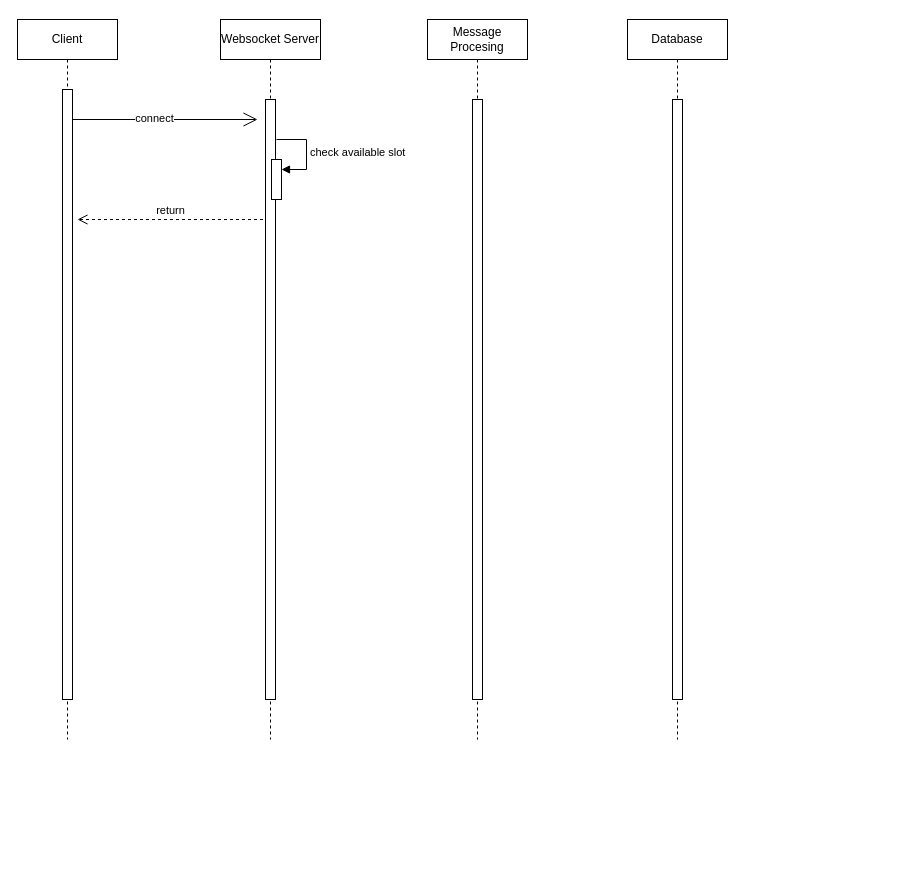
Above: Untitled Diagram.drawio in htran170642/100days (draw.io), before the change. Source tidied: cells renumbered, new cells numbered last; positions are measured from the earlier drawing's top-left corner, leaving out a move shared by most shapes. Both pictures are drawn from the tidied source at 100%, with x=0, y=0 at pixel (17, 19).
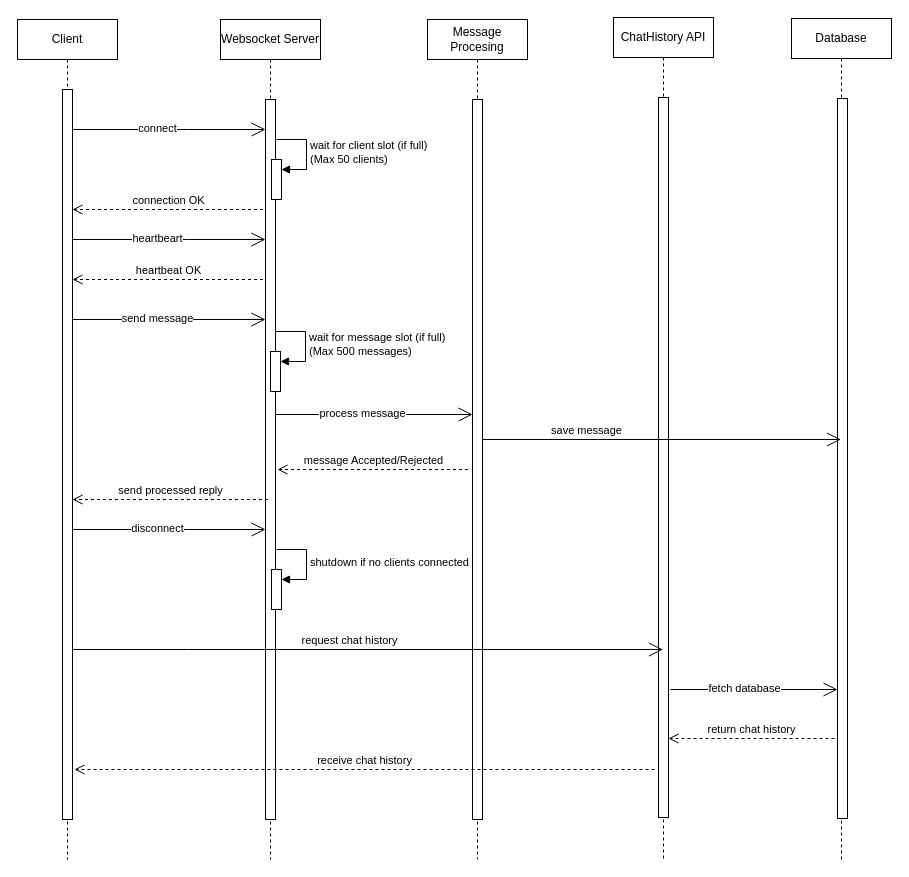
Above is the later version.

Unchanged cells that the change refers to:
```xml
<mxCell id="6" style="html=1;points=[[0,0,0,0,5],[0,1,0,0,-5],[1,0,0,0,5],[1,1,0,0,-5]];perimeter=orthogonalPerimeter;outlineConnect=0;targetShapes=umlLifeline;portConstraint=eastwest;newEdgeStyle={&quot;curved&quot;:0,&quot;rounded&quot;:0};" parent="4" vertex="1">
  <mxGeometry x="51" y="140" width="10" height="40" as="geometry" />
</mxCell>
```

Diff of the diagram source:
```diff
@@
+    <mxCell id="15" value="ChatHistory API" style="shape=umlLifeline;perimeter=lifelinePerimeter;whiteSpace=wrap;html=1;outlineConnect=0;portConstraint=eastwest;newEdgeStyle={&quot;edgeStyle&quot;:&quot;elbowEdgeStyle&quot;,&quot;elbow&quot;:&quot;vertical&quot;,&quot;curved&quot;:0,&quot;rounded&quot;:0};" parent="1" vertex="1">
+      <mxGeometry x="596" y="-2" width="100" height="842" as="geometry" />
+    </mxCell>
+    <mxCell id="16" style="html=1;points=[];perimeter=orthogonalPerimeter;outlineConnect=0;targetShapes=umlLifeline;portConstraint=eastwest;newEdgeStyle={&quot;edgeStyle&quot;:&quot;elbowEdgeStyle&quot;,&quot;elbow&quot;:&quot;vertical&quot;,&quot;curved&quot;:0,&quot;rounded&quot;:0};" parent="15" vertex="1">
+      <mxGeometry x="45" y="80" width="10" height="720" as="geometry" />
+    </mxCell>
     <mxCell id="2" value="Client" style="shape=umlLifeline;perimeter=lifelinePerimeter;whiteSpace=wrap;html=1;newEdgeStyle={&quot;edgeStyle&quot;:&quot;elbowEdgeStyle&quot;,&quot;elbow&quot;:&quot;vertical&quot;,&quot;curved&quot;:0,&quot;rounded&quot;:0};" parent="1" vertex="1">
-      <mxGeometry width="100" height="720" as="geometry" />
+      <mxGeometry width="100" height="840" as="geometry" />
     </mxCell>
     <mxCell id="3" style="html=1;points=[];perimeter=orthogonalPerimeter;outlineConnect=0;targetShapes=umlLifeline;portConstraint=eastwest;newEdgeStyle={&quot;edgeStyle&quot;:&quot;elbowEdgeStyle&quot;,&quot;elbow&quot;:&quot;vertical&quot;,&quot;curved&quot;:0,&quot;rounded&quot;:0};" parent="2" vertex="1">
-      <mxGeometry x="45" y="70" width="10" height="610" as="geometry" />
+      <mxGeometry x="45" y="70" width="10" height="730" as="geometry" />
     </mxCell>
     <mxCell id="4" value="Websocket Server" style="shape=umlLifeline;perimeter=lifelinePerimeter;whiteSpace=wrap;html=1;newEdgeStyle={&quot;edgeStyle&quot;:&quot;elbowEdgeStyle&quot;,&quot;elbow&quot;:&quot;vertical&quot;,&quot;curved&quot;:0,&quot;rounded&quot;:0};" parent="1" vertex="1">
-      <mxGeometry x="203" width="100" height="720" as="geometry" />
+      <mxGeometry x="203" width="100" height="840" as="geometry" />
     </mxCell>
     <mxCell id="5" style="html=1;points=[];perimeter=orthogonalPerimeter;outlineConnect=0;targetShapes=umlLifeline;portConstraint=eastwest;newEdgeStyle={&quot;edgeStyle&quot;:&quot;elbowEdgeStyle&quot;,&quot;elbow&quot;:&quot;vertical&quot;,&quot;curved&quot;:0,&quot;rounded&quot;:0};" parent="4" vertex="1">
-      <mxGeometry x="45" y="80" width="10" height="600" as="geometry" />
+      <mxGeometry x="45" y="80" width="10" height="720" as="geometry" />
     </mxCell>
@@
-    <mxCell id="7" value="check available slot" style="html=1;align=left;spacingLeft=2;endArrow=block;rounded=0;edgeStyle=orthogonalEdgeStyle;curved=0;rounded=0;" parent="4" edge="1" target="6">
+    <mxCell id="7" value="wait for client slot (if full)&lt;div&gt;(Max 50 clients)&lt;/div&gt;" style="html=1;align=left;spacingLeft=2;endArrow=block;rounded=0;edgeStyle=orthogonalEdgeStyle;curved=0;rounded=0;" parent="4" edge="1" target="6">
       <mxGeometry relative="1" as="geometry">
         <mxPoint x="56" y="120" as="sourcePoint" />
         <Array as="points">
           <mxPoint x="86" y="150" />
         </Array>
       </mxGeometry>
     </mxCell>
+    <mxCell id="17" style="html=1;points=[[0,0,0,0,5],[0,1,0,0,-5],[1,0,0,0,5],[1,1,0,0,-5]];perimeter=orthogonalPerimeter;outlineConnect=0;targetShapes=umlLifeline;portConstraint=eastwest;newEdgeStyle={&quot;curved&quot;:0,&quot;rounded&quot;:0};" parent="4" vertex="1">
+      <mxGeometry x="50" y="332" width="10" height="40" as="geometry" />
+    </mxCell>
+    <mxCell id="18" value="wait for message slot (if full)&lt;div&gt;(Max 500 messages)&lt;/div&gt;" style="html=1;align=left;spacingLeft=2;endArrow=block;rounded=0;edgeStyle=orthogonalEdgeStyle;curved=0;rounded=0;" parent="4" edge="1" target="17">
+      <mxGeometry relative="1" as="geometry">
+        <mxPoint x="55" y="312" as="sourcePoint" />
+        <Array as="points">
+          <mxPoint x="85" y="342" />
+        </Array>
+      </mxGeometry>
+    </mxCell>
+    <mxCell id="19" style="html=1;points=[[0,0,0,0,5],[0,1,0,0,-5],[1,0,0,0,5],[1,1,0,0,-5]];perimeter=orthogonalPerimeter;outlineConnect=0;targetShapes=umlLifeline;portConstraint=eastwest;newEdgeStyle={&quot;curved&quot;:0,&quot;rounded&quot;:0};" parent="4" vertex="1">
+      <mxGeometry x="51" y="550" width="10" height="40" as="geometry" />
+    </mxCell>
+    <mxCell id="20" value="shutdown if no clients connected" style="html=1;align=left;spacingLeft=2;endArrow=block;rounded=0;edgeStyle=orthogonalEdgeStyle;curved=0;rounded=0;" parent="4" edge="1" target="19">
+      <mxGeometry relative="1" as="geometry">
+        <mxPoint x="56" y="530" as="sourcePoint" />
+        <Array as="points">
+          <mxPoint x="86" y="560" />
+        </Array>
+      </mxGeometry>
+    </mxCell>
     <mxCell id="8" value="Message Procesing" style="shape=umlLifeline;perimeter=lifelinePerimeter;whiteSpace=wrap;html=1;newEdgeStyle={&quot;edgeStyle&quot;:&quot;elbowEdgeStyle&quot;,&quot;elbow&quot;:&quot;vertical&quot;,&quot;curved&quot;:0,&quot;rounded&quot;:0};" parent="1" vertex="1">
-      <mxGeometry x="410" width="100" height="720" as="geometry" />
+      <mxGeometry x="410" width="100" height="840" as="geometry" />
     </mxCell>
     <mxCell id="9" style="html=1;points=[];perimeter=orthogonalPerimeter;outlineConnect=0;targetShapes=umlLifeline;portConstraint=eastwest;newEdgeStyle={&quot;edgeStyle&quot;:&quot;elbowEdgeStyle&quot;,&quot;elbow&quot;:&quot;vertical&quot;,&quot;curved&quot;:0,&quot;rounded&quot;:0};" parent="8" vertex="1">
-      <mxGeometry x="45" y="80" width="10" height="600" as="geometry" />
+      <mxGeometry x="45" y="80" width="10" height="720" as="geometry" />
     </mxCell>
     <mxCell id="10" value="Database" style="shape=umlLifeline;perimeter=lifelinePerimeter;whiteSpace=wrap;html=1;outlineConnect=0;portConstraint=eastwest;newEdgeStyle={&quot;edgeStyle&quot;:&quot;elbowEdgeStyle&quot;,&quot;elbow&quot;:&quot;vertical&quot;,&quot;curved&quot;:0,&quot;rounded&quot;:0};" parent="1" vertex="1">
-      <mxGeometry x="610" width="100" height="720" as="geometry" />
+      <mxGeometry x="774" y="-1" width="100" height="841" as="geometry" />
     </mxCell>
     <mxCell id="11" style="html=1;perimeter=orthogonalPerimeter;targetShapes=umlLifeline;newEdgeStyle={&quot;edgeStyle&quot;:&quot;elbowEdgeStyle&quot;,&quot;elbow&quot;:&quot;vertical&quot;,&quot;curved&quot;:0,&quot;rounded&quot;:0};" parent="10" vertex="1">
-      <mxGeometry x="45" y="80" width="10" height="600" as="geometry" />
+      <mxGeometry x="46" y="80" width="10" height="720" as="geometry" />
     </mxCell>
-    <mxCell id="12" style="endArrow=open;endFill=1;endSize=12;html=1;rounded=0;" parent="1" edge="1" source="3">
+    <mxCell id="12" style="endArrow=open;endFill=1;endSize=12;html=1;rounded=0;" parent="1" edge="1" source="3" target="5">
       <mxGeometry relative="1" as="geometry">
-        <mxPoint x="240" y="100" as="targetPoint" />
+        <Array as="points">
+          <mxPoint x="170" y="110" />
+        </Array>
       </mxGeometry>
     </mxCell>
@@
-    <mxCell id="14" value="return" style="html=1;verticalAlign=bottom;endArrow=open;dashed=1;endSize=8;curved=0;rounded=0;" parent="1" edge="1">
+    <mxCell id="14" value="connection OK" style="html=1;verticalAlign=bottom;endArrow=open;dashed=1;endSize=8;curved=0;rounded=0;" parent="1" edge="1" target="3">
       <mxGeometry relative="1" as="geometry">
-        <mxPoint x="245.5" y="200" as="sourcePoint" />
-        <mxPoint x="60" y="200" as="targetPoint" />
+        <mxPoint x="245.5" y="190" as="sourcePoint" />
       </mxGeometry>
     </mxCell>
+    <mxCell id="21" style="endArrow=open;endFill=1;endSize=12;html=1;rounded=0;" parent="1" edge="1">
+      <mxGeometry relative="1" as="geometry">
+        <mxPoint x="55" y="220" as="sourcePoint" />
+        <mxPoint x="248" y="220" as="targetPoint" />
+        <Array as="points">
+          <mxPoint x="170" y="220" />
+        </Array>
+      </mxGeometry>
+    </mxCell>
+    <mxCell id="22" value="heartbeart" style="edgeLabel;html=1;align=center;verticalAlign=middle;" parent="21" vertex="1">
+      <mxGeometry x="-0.14" y="2" relative="1" as="geometry">
+        <mxPoint x="1" as="offset" />
+      </mxGeometry>
+    </mxCell>
+    <mxCell id="23" value="heartbeat OK" style="html=1;verticalAlign=bottom;endArrow=open;dashed=1;endSize=8;curved=0;rounded=0;" parent="1" edge="1">
+      <mxGeometry relative="1" as="geometry">
+        <mxPoint x="245.5" y="260" as="sourcePoint" />
+        <mxPoint x="55" y="260" as="targetPoint" />
+      </mxGeometry>
+    </mxCell>
+    <mxCell id="24" style="endArrow=open;endFill=1;endSize=12;html=1;rounded=0;" parent="1" edge="1">
+      <mxGeometry relative="1" as="geometry">
+        <mxPoint x="55" y="300" as="sourcePoint" />
+        <mxPoint x="248" y="300" as="targetPoint" />
+        <Array as="points">
+          <mxPoint x="170" y="300" />
+        </Array>
+      </mxGeometry>
+    </mxCell>
+    <mxCell id="25" value="send message" style="edgeLabel;html=1;align=center;verticalAlign=middle;" parent="24" vertex="1">
+      <mxGeometry x="-0.14" y="2" relative="1" as="geometry">
+        <mxPoint x="1" as="offset" />
+      </mxGeometry>
+    </mxCell>
+    <mxCell id="26" style="endArrow=open;endFill=1;endSize=12;html=1;rounded=0;" parent="1" edge="1" target="9">
+      <mxGeometry relative="1" as="geometry">
+        <mxPoint x="258" y="395" as="sourcePoint" />
+        <Array as="points">
+          <mxPoint x="373" y="395" />
+        </Array>
+      </mxGeometry>
+    </mxCell>
+    <mxCell id="27" value="process message" style="edgeLabel;html=1;align=center;verticalAlign=middle;" parent="26" vertex="1">
+      <mxGeometry x="-0.14" y="2" relative="1" as="geometry">
+        <mxPoint x="1" as="offset" />
+      </mxGeometry>
+    </mxCell>
+    <mxCell id="28" value="message Accepted/Rejected" style="html=1;verticalAlign=bottom;endArrow=open;dashed=1;endSize=8;curved=0;rounded=0;" parent="1" edge="1">
+      <mxGeometry relative="1" as="geometry">
+        <mxPoint x="450.5" y="450" as="sourcePoint" />
+        <mxPoint x="260" y="450" as="targetPoint" />
+      </mxGeometry>
+    </mxCell>
+    <mxCell id="29" style="endArrow=open;endFill=1;endSize=12;html=1;rounded=0;" parent="1" edge="1" target="10">
+      <mxGeometry relative="1" as="geometry">
+        <mxPoint x="465" y="420" as="sourcePoint" />
+        <Array as="points">
+          <mxPoint x="580" y="420" />
+        </Array>
+      </mxGeometry>
+    </mxCell>
+    <mxCell id="30" value="save message" style="edgeLabel;html=1;align=center;verticalAlign=middle;" parent="29" vertex="1">
+      <mxGeometry x="-0.14" y="2" relative="1" as="geometry">
+        <mxPoint x="-51" y="-8" as="offset" />
+      </mxGeometry>
+    </mxCell>
+    <mxCell id="31" value="send processed reply" style="html=1;verticalAlign=bottom;endArrow=open;dashed=1;endSize=8;curved=0;rounded=0;" parent="1" edge="1" target="3">
+      <mxGeometry relative="1" as="geometry">
+        <mxPoint x="250.5" y="480" as="sourcePoint" />
+      </mxGeometry>
+    </mxCell>
+    <mxCell id="32" style="endArrow=open;endFill=1;endSize=12;html=1;rounded=0;" parent="1" edge="1">
+      <mxGeometry relative="1" as="geometry">
+        <mxPoint x="55" y="510" as="sourcePoint" />
+        <mxPoint x="248" y="510" as="targetPoint" />
+        <Array as="points">
+          <mxPoint x="170" y="510" />
+        </Array>
+      </mxGeometry>
+    </mxCell>
+    <mxCell id="33" value="disconnect" style="edgeLabel;html=1;align=center;verticalAlign=middle;" parent="32" vertex="1">
+      <mxGeometry x="-0.14" y="2" relative="1" as="geometry">
+        <mxPoint x="1" as="offset" />
+      </mxGeometry>
+    </mxCell>
+    <mxCell id="34" style="endArrow=open;endFill=1;endSize=12;html=1;rounded=0;" parent="1" edge="1" target="15">
+      <mxGeometry relative="1" as="geometry">
+        <mxPoint x="55" y="630" as="sourcePoint" />
+        <Array as="points">
+          <mxPoint x="170" y="630" />
+        </Array>
+      </mxGeometry>
+    </mxCell>
+    <mxCell id="35" value="request chat history" style="edgeLabel;html=1;align=center;verticalAlign=middle;" parent="34" vertex="1">
+      <mxGeometry x="-0.14" y="2" relative="1" as="geometry">
+        <mxPoint x="22" y="-8" as="offset" />
+      </mxGeometry>
+    </mxCell>
+    <mxCell id="36" style="endArrow=open;endFill=1;endSize=12;html=1;rounded=0;" parent="1" edge="1">
+      <mxGeometry relative="1" as="geometry">
+        <mxPoint x="653" y="670" as="sourcePoint" />
+        <mxPoint x="820" y="670" as="targetPoint" />
+        <Array as="points">
+          <mxPoint x="738" y="670" />
+        </Array>
+      </mxGeometry>
+    </mxCell>
+    <mxCell id="37" value="fetch database" style="edgeLabel;html=1;align=center;verticalAlign=middle;" parent="36" vertex="1">
+      <mxGeometry x="-0.14" y="2" relative="1" as="geometry">
+        <mxPoint x="1" as="offset" />
+      </mxGeometry>
+    </mxCell>
+    <mxCell id="38" value="return chat history" style="html=1;verticalAlign=bottom;endArrow=open;dashed=1;endSize=8;curved=0;rounded=0;" parent="1" edge="1" target="16">
+      <mxGeometry relative="1" as="geometry">
+        <mxPoint x="817" y="719" as="sourcePoint" />
+      </mxGeometry>
+    </mxCell>
+    <mxCell id="39" value="receive chat history" style="html=1;verticalAlign=bottom;endArrow=open;dashed=1;endSize=8;curved=0;rounded=0;" parent="1" edge="1">
+      <mxGeometry relative="1" as="geometry">
+        <mxPoint x="637" y="750" as="sourcePoint" />
+        <mxPoint x="57" y="750" as="targetPoint" />
+      </mxGeometry>
+    </mxCell>
```
